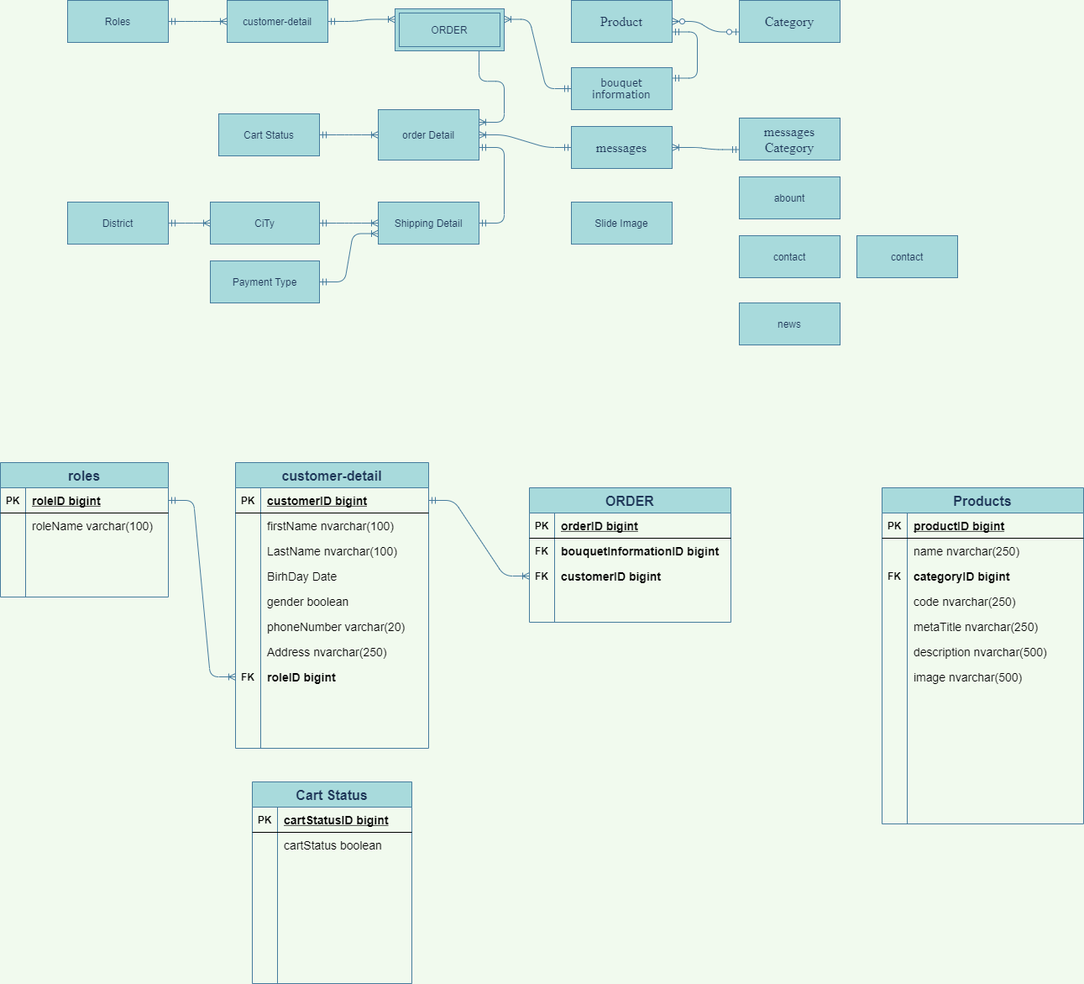
The draw.io diagram Untitled Diagram.png in maialino123/Eproject-SEM3, before a commit. Source tidied: cells renumbered, new cells last; positions are measured from the earlier drawing's top-left corner, leaving out a move shared by most shapes.
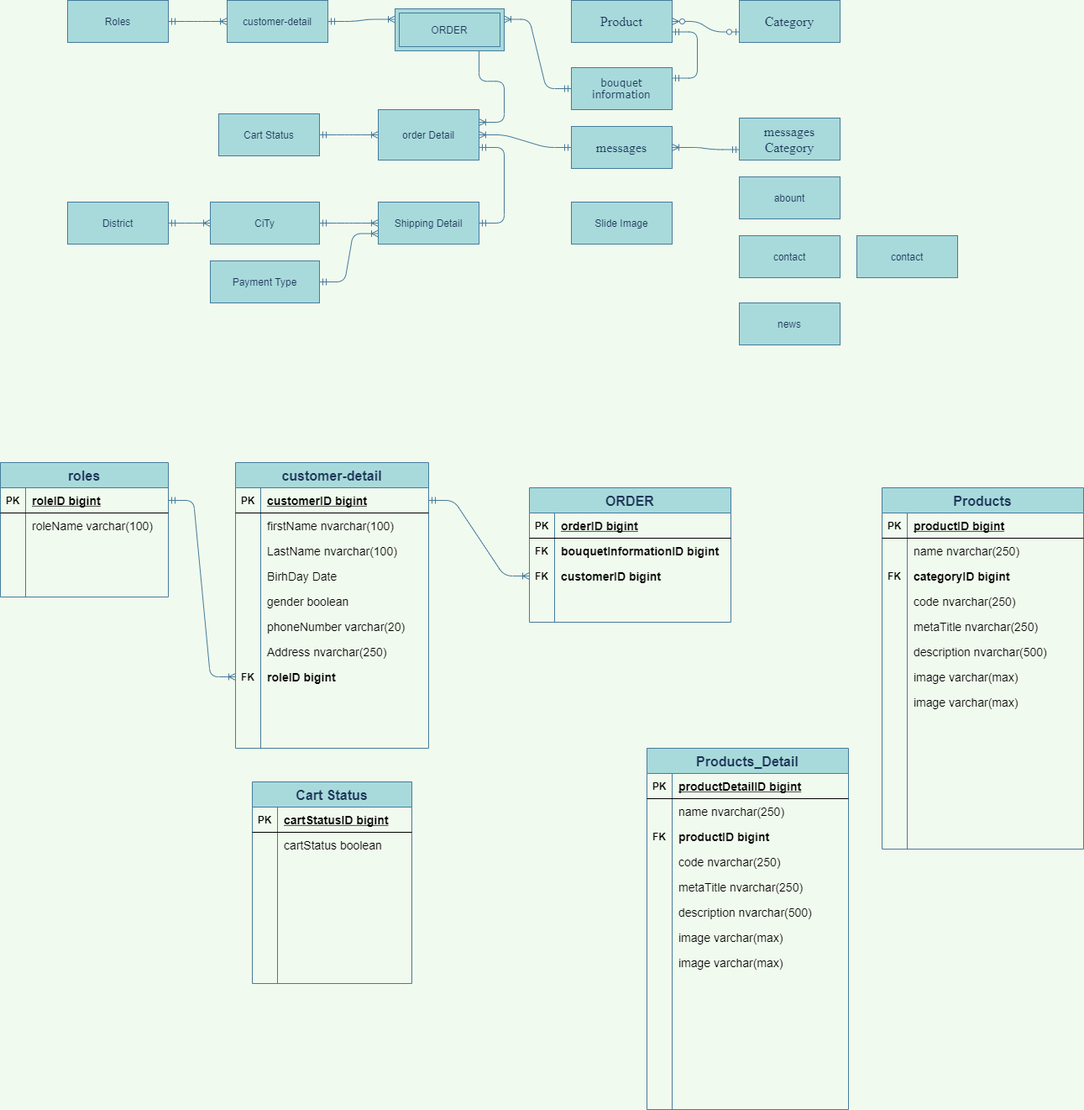
After the change.

What changed in the source:
```diff
@@ -324,7 +324,7 @@
       <mxGeometry relative="1" as="geometry" />
     </mxCell>
     <mxCell id="109" value="Products" style="shape=table;startSize=30;rowLines=0;fontStyle=1;align=center;rounded=0;sketch=0;fontSize=16;fontColor=#1D3557;strokeColor=#457B9D;fillColor=#A8DADC;" parent="1" vertex="1">
-      <mxGeometry x="1050" y="580" width="240" height="400" as="geometry" />
+      <mxGeometry x="1050" y="580" width="240" height="430" as="geometry" />
     </mxCell>
     <mxCell id="110" style="shape=partialRectangle;fillColor=none;top=0;left=0;bottom=1;right=0;" parent="109" vertex="1">
       <mxGeometry y="30" width="240" height="30" as="geometry" />
@@ -386,8 +386,92 @@
     <mxCell id="129" style="shape=partialRectangle;fillColor=none;top=0;left=0;bottom=0;right=0;overflow=hidden;" parent="128" vertex="1">
       <mxGeometry width="30" height="30" as="geometry" />
     </mxCell>
-    <mxCell id="130" value="image nvarchar(500)" style="shape=partialRectangle;fillColor=none;top=0;left=0;bottom=0;right=0;align=left;spacingLeft=6;overflow=hidden;fontSize=14;" parent="128" vertex="1">
+    <mxCell id="130" value="image varchar(max)" style="shape=partialRectangle;fillColor=none;top=0;left=0;bottom=0;right=0;align=left;spacingLeft=6;overflow=hidden;fontSize=14;" parent="128" vertex="1">
       <mxGeometry x="30" width="210" height="30" as="geometry" />
     </mxCell>
+    <mxCell id="131" style="shape=partialRectangle;fillColor=none;top=0;left=0;bottom=0;right=0;" parent="109" vertex="1">
+      <mxGeometry y="240" width="240" height="30" as="geometry" />
+    </mxCell>
+    <mxCell id="132" style="shape=partialRectangle;fillColor=none;top=0;left=0;bottom=0;right=0;overflow=hidden;" parent="131" vertex="1">
+      <mxGeometry width="30" height="30" as="geometry" />
+    </mxCell>
+    <mxCell id="133" value="image varchar(max)" style="shape=partialRectangle;fillColor=none;top=0;left=0;bottom=0;right=0;align=left;spacingLeft=6;overflow=hidden;fontSize=14;" parent="131" vertex="1">
+      <mxGeometry x="30" width="210" height="30" as="geometry" />
+    </mxCell>
+    <mxCell id="134" value="Products_Detail" style="shape=table;startSize=30;rowLines=0;fontStyle=1;align=center;rounded=0;sketch=0;fontSize=16;fontColor=#1D3557;strokeColor=#457B9D;fillColor=#A8DADC;" parent="1" vertex="1">
+      <mxGeometry x="770" y="890" width="240" height="430" as="geometry" />
+    </mxCell>
+    <mxCell id="135" style="shape=partialRectangle;fillColor=none;top=0;left=0;bottom=1;right=0;" parent="134" vertex="1">
+      <mxGeometry y="30" width="240" height="30" as="geometry" />
+    </mxCell>
+    <mxCell id="136" value="PK" style="shape=partialRectangle;fillColor=none;top=0;left=0;bottom=0;right=0;fontStyle=1;overflow=hidden;" parent="135" vertex="1">
+      <mxGeometry width="30" height="30" as="geometry" />
+    </mxCell>
+    <mxCell id="137" value="productDetailID bigint" style="shape=partialRectangle;fillColor=none;top=0;left=0;bottom=0;right=0;align=left;spacingLeft=6;fontStyle=5;overflow=hidden;fontSize=14;" parent="135" vertex="1">
+      <mxGeometry x="30" width="210" height="30" as="geometry" />
+    </mxCell>
+    <mxCell id="138" style="shape=partialRectangle;fillColor=none;top=0;left=0;bottom=0;right=0;" parent="134" vertex="1">
+      <mxGeometry y="60" width="240" height="30" as="geometry" />
+    </mxCell>
+    <mxCell id="139" style="shape=partialRectangle;fillColor=none;top=0;left=0;bottom=0;right=0;overflow=hidden;fontStyle=1;" parent="138" vertex="1">
+      <mxGeometry width="30" height="30" as="geometry" />
+    </mxCell>
+    <mxCell id="140" value="name nvarchar(250)" style="shape=partialRectangle;fillColor=none;top=0;left=0;bottom=0;right=0;align=left;spacingLeft=6;overflow=hidden;fontSize=14;fontStyle=0;" parent="138" vertex="1">
+      <mxGeometry x="30" width="210" height="30" as="geometry" />
+    </mxCell>
+    <mxCell id="141" style="shape=partialRectangle;fillColor=none;top=0;left=0;bottom=0;right=0;" parent="134" vertex="1">
+      <mxGeometry y="90" width="240" height="30" as="geometry" />
+    </mxCell>
+    <mxCell id="142" value="FK" style="shape=partialRectangle;fillColor=none;top=0;left=0;bottom=0;right=0;overflow=hidden;fontStyle=1;" parent="141" vertex="1">
+      <mxGeometry width="30" height="30" as="geometry" />
+    </mxCell>
+    <mxCell id="143" value="productID bigint" style="shape=partialRectangle;fillColor=none;top=0;left=0;bottom=0;right=0;align=left;spacingLeft=6;overflow=hidden;fontSize=14;fontStyle=1;" parent="141" vertex="1">
+      <mxGeometry x="30" width="210" height="30" as="geometry" />
+    </mxCell>
+    <mxCell id="144" style="shape=partialRectangle;fillColor=none;top=0;left=0;bottom=0;right=0;" parent="134" vertex="1">
+      <mxGeometry y="120" width="240" height="30" as="geometry" />
+    </mxCell>
+    <mxCell id="145" style="shape=partialRectangle;fillColor=none;top=0;left=0;bottom=0;right=0;overflow=hidden;" parent="144" vertex="1">
+      <mxGeometry width="30" height="30" as="geometry" />
+    </mxCell>
+    <mxCell id="146" value="code nvarchar(250)" style="shape=partialRectangle;fillColor=none;top=0;left=0;bottom=0;right=0;align=left;spacingLeft=6;overflow=hidden;fontSize=14;" parent="144" vertex="1">
+      <mxGeometry x="30" width="210" height="30" as="geometry" />
+    </mxCell>
+    <mxCell id="147" style="shape=partialRectangle;fillColor=none;top=0;left=0;bottom=0;right=0;" parent="134" vertex="1">
+      <mxGeometry y="150" width="240" height="30" as="geometry" />
+    </mxCell>
+    <mxCell id="148" style="shape=partialRectangle;fillColor=none;top=0;left=0;bottom=0;right=0;overflow=hidden;" parent="147" vertex="1">
+      <mxGeometry width="30" height="30" as="geometry" />
+    </mxCell>
+    <mxCell id="149" value="metaTitle nvarchar(250)" style="shape=partialRectangle;fillColor=none;top=0;left=0;bottom=0;right=0;align=left;spacingLeft=6;overflow=hidden;fontSize=14;" parent="147" vertex="1">
+      <mxGeometry x="30" width="210" height="30" as="geometry" />
+    </mxCell>
+    <mxCell id="150" style="shape=partialRectangle;fillColor=none;top=0;left=0;bottom=0;right=0;" parent="134" vertex="1">
+      <mxGeometry y="180" width="240" height="30" as="geometry" />
+    </mxCell>
+    <mxCell id="151" style="shape=partialRectangle;fillColor=none;top=0;left=0;bottom=0;right=0;overflow=hidden;" parent="150" vertex="1">
+      <mxGeometry width="30" height="30" as="geometry" />
+    </mxCell>
+    <mxCell id="152" value="description nvarchar(500)" style="shape=partialRectangle;fillColor=none;top=0;left=0;bottom=0;right=0;align=left;spacingLeft=6;overflow=hidden;fontSize=14;" parent="150" vertex="1">
+      <mxGeometry x="30" width="210" height="30" as="geometry" />
+    </mxCell>
+    <mxCell id="153" style="shape=partialRectangle;fillColor=none;top=0;left=0;bottom=0;right=0;" parent="134" vertex="1">
+      <mxGeometry y="210" width="240" height="30" as="geometry" />
+    </mxCell>
+    <mxCell id="154" style="shape=partialRectangle;fillColor=none;top=0;left=0;bottom=0;right=0;overflow=hidden;" parent="153" vertex="1">
+      <mxGeometry width="30" height="30" as="geometry" />
+    </mxCell>
+    <mxCell id="155" value="image varchar(max)" style="shape=partialRectangle;fillColor=none;top=0;left=0;bottom=0;right=0;align=left;spacingLeft=6;overflow=hidden;fontSize=14;" parent="153" vertex="1">
+      <mxGeometry x="30" width="210" height="30" as="geometry" />
+    </mxCell>
+    <mxCell id="156" style="shape=partialRectangle;fillColor=none;top=0;left=0;bottom=0;right=0;" parent="134" vertex="1">
+      <mxGeometry y="240" width="240" height="30" as="geometry" />
+    </mxCell>
+    <mxCell id="157" style="shape=partialRectangle;fillColor=none;top=0;left=0;bottom=0;right=0;overflow=hidden;" parent="156" vertex="1">
+      <mxGeometry width="30" height="30" as="geometry" />
+    </mxCell>
+    <mxCell id="158" value="image varchar(max)" style="shape=partialRectangle;fillColor=none;top=0;left=0;bottom=0;right=0;align=left;spacingLeft=6;overflow=hidden;fontSize=14;" parent="156" vertex="1">
+      <mxGeometry x="30" width="210" height="30" as="geometry" />
+    </mxCell>
   </root>
 </mxGraphModel>
```
